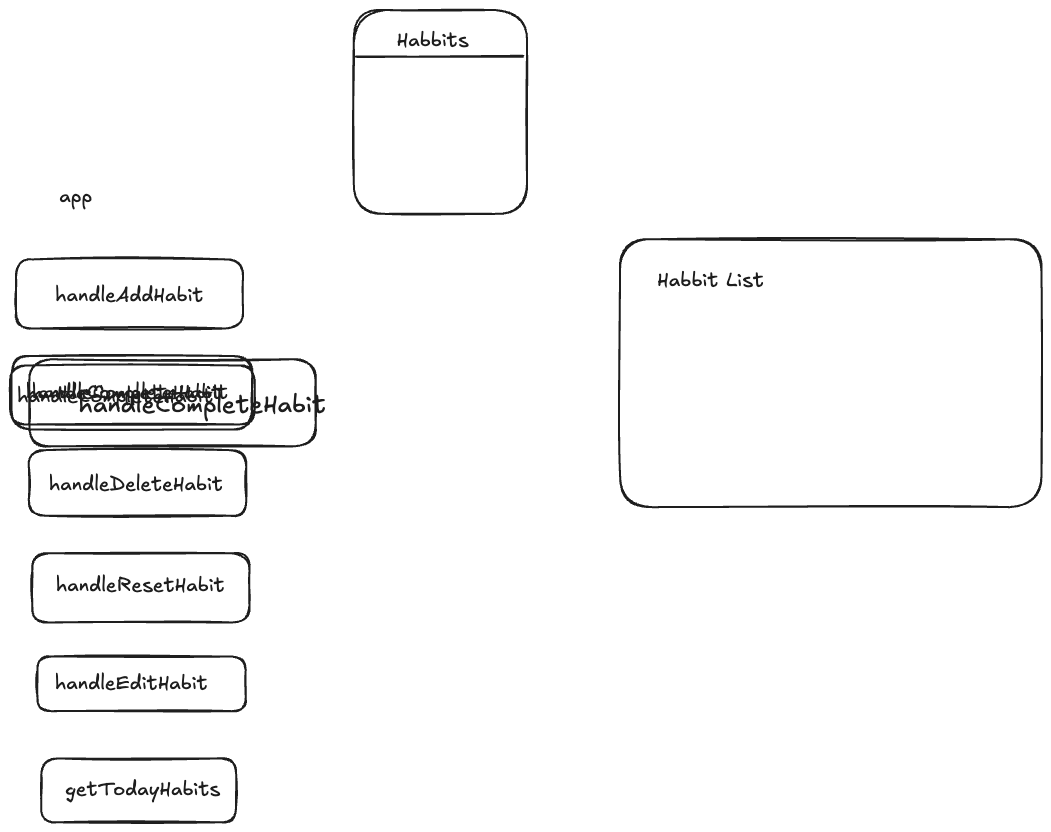
This is plan.excalidraw.png from thedawie/habbitTracker, a Excalidraw export, as it was before one commit. Source tidied: one line per element, renumbered; positions are measured from the earlier drawing's top-left corner, leaving out a move shared by most shapes.
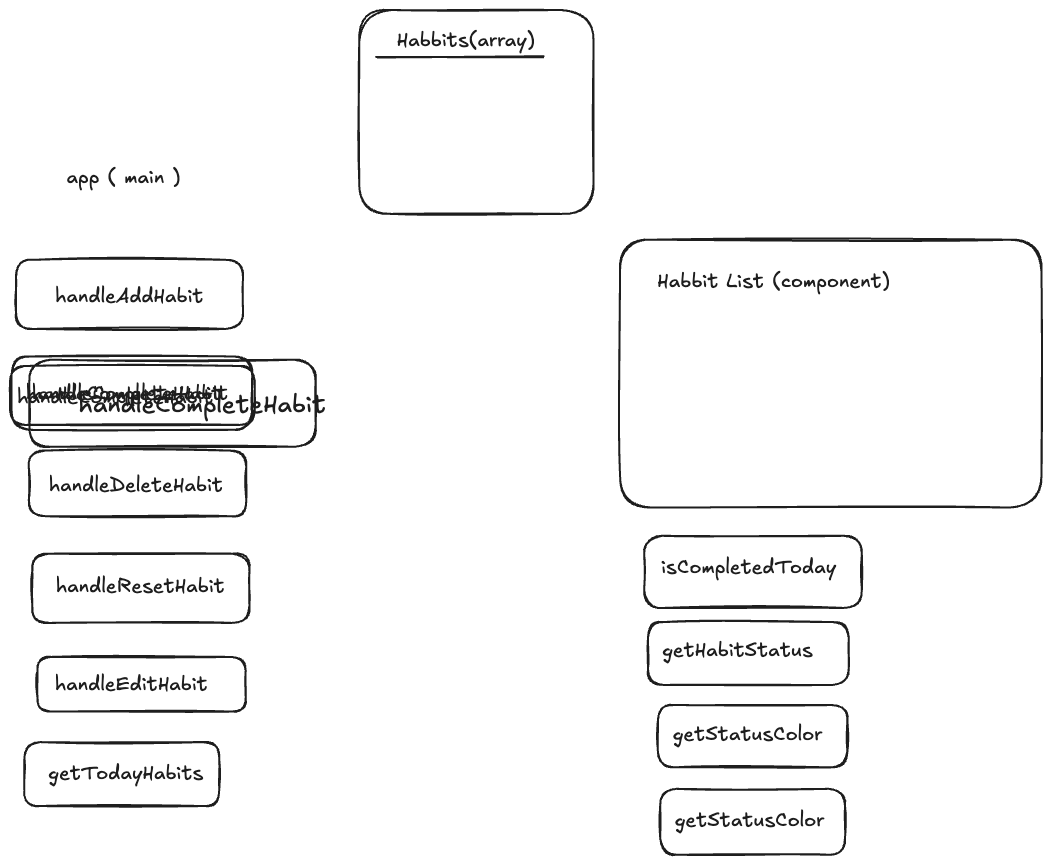
After the change.

Commit message:
update plan diagram

Diff of the diagram source:
```diff
@@ -1,4 +1,4 @@
-{"id": 0, "type": "text", "text": "app", "strokeColor": "#1e1e1e", "strokeWidth": 2, "roughness": 1, "fontSize": 20, "fontFamily": 5, "x": 48, "y": 174, "width": 33, "height": 25}
+{"id": 0, "type": "text", "text": "app ( main )", "strokeColor": "#1e1e1e", "strokeWidth": 2, "roughness": 1, "fontSize": 20, "fontFamily": 5, "x": 55, "y": 155, "width": 114, "height": 25}
 {"id": 1, "type": "rectangle", "strokeColor": "#1e1e1e", "strokeWidth": 2, "roughness": 1, "round": true, "x": 4, "y": 249, "width": 227, "height": 69}
 {"id": 2, "type": "text", "text": "handleAddHabit", "strokeColor": "#1e1e1e", "strokeWidth": 2, "roughness": 1, "fontSize": 20, "fontFamily": 5, "x": 44, "y": 273, "width": 148, "height": 25}
 {"id": 3, "type": "text", "text": "handleCompleteHabit", "strokeColor": "#1e1e1e", "strokeWidth": 2, "roughness": 1, "fontSize": 20, "fontFamily": 5, "x": 14, "y": 371, "width": 196, "height": 25}
@@ -9,10 +9,18 @@
 {"id": 8, "type": "rectangle", "strokeColor": "#1e1e1e", "strokeWidth": 2, "roughness": 1, "round": true, "x": 21, "y": 543, "width": 217, "height": 69}
 {"id": 9, "type": "text", "text": "handleEditHabit", "strokeColor": "#1e1e1e", "strokeWidth": 2, "roughness": 1, "fontSize": 20, "fontFamily": 5, "x": 43, "y": 662, "width": 153, "height": 25}
 {"id": 10, "type": "rectangle", "strokeColor": "#1e1e1e", "strokeWidth": 2, "roughness": 1, "round": true, "x": 26, "y": 646, "width": 208, "height": 55}
-{"id": 11, "type": "text", "text": "getTodayHabits", "strokeColor": "#1e1e1e", "strokeWidth": 2, "roughness": 1, "fontSize": 20, "fontFamily": 5, "x": 53, "y": 768, "width": 155, "height": 25}
+{"id": 11, "type": "text", "text": "getTodayHabits", "strokeColor": "#1e1e1e", "strokeWidth": 2, "roughness": 1, "fontSize": 20, "fontFamily": 5, "x": 36, "y": 751, "width": 155, "height": 25}
-{"id": 12, "type": "rectangle", "strokeColor": "#1e1e1e", "strokeWidth": 2, "roughness": 1, "round": true, "x": 30, "y": 748, "width": 195, "height": 64}
+{"id": 12, "type": "rectangle", "strokeColor": "#1e1e1e", "strokeWidth": 2, "roughness": 1, "round": true, "x": 13, "y": 732, "width": 195, "height": 64}
 {"id": 13, "type": "rectangle", "strokeColor": "#1e1e1e", "strokeWidth": 2, "roughness": 1, "round": true, "x": 608, "y": 229, "width": 421, "height": 268}
-{"id": 14, "type": "text", "text": "Habbit List", "strokeColor": "#1e1e1e", "strokeWidth": 2, "roughness": 1, "fontSize": 20, "fontFamily": 5, "x": 646, "y": 259, "width": 107, "height": 25}
+{"id": 14, "type": "text", "text": "Habbit List (component)", "strokeColor": "#1e1e1e", "strokeWidth": 2, "roughness": 1, "fontSize": 20, "fontFamily": 5, "x": 646, "y": 259, "width": 233, "height": 25}
-{"id": 15, "type": "rectangle", "strokeColor": "#1e1e1e", "strokeWidth": 2, "roughness": 1, "round": true, "x": 342, "y": 0, "width": 173, "height": 204}
+{"id": 15, "type": "rectangle", "strokeColor": "#1e1e1e", "strokeWidth": 2, "roughness": 1, "round": true, "x": 348, "y": 0, "width": 234, "height": 204}
-{"id": 16, "type": "text", "text": "Habbits", "strokeColor": "#1e1e1e", "strokeWidth": 2, "roughness": 1, "fontSize": 20, "fontFamily": 5, "x": 385, "y": 18, "width": 72, "height": 25}
+{"id": 16, "type": "text", "text": "Habbits(array)", "strokeColor": "#1e1e1e", "strokeWidth": 2, "roughness": 1, "fontSize": 20, "fontFamily": 5, "x": 385, "y": 18, "width": 140, "height": 25}
-{"id": 17, "type": "line", "strokeColor": "#1e1e1e", "strokeWidth": 2, "roughness": 1, "round": true, "x": 345, "y": 46, "width": 166, "height": 1, "points": [[0, 0], [166, 1]]}
+{"id": 17, "type": "line", "strokeColor": "#1e1e1e", "strokeWidth": 2, "roughness": 1, "round": true, "x": 365, "y": 46, "width": 166, "height": 1, "points": [[0, 0], [166, 1]]}
+{"id": 18, "type": "text", "text": "isCompletedToday", "strokeColor": "#1e1e1e", "strokeWidth": 2, "roughness": 1, "fontSize": 20, "fontFamily": 5, "x": 650, "y": 544, "width": 175, "height": 25}
+{"id": 19, "type": "rectangle", "strokeColor": "#1e1e1e", "strokeWidth": 2, "roughness": 1, "round": true, "x": 633, "y": 525, "width": 218, "height": 72}
+{"id": 20, "type": "text", "text": "getHabitStatus", "strokeColor": "#1e1e1e", "strokeWidth": 2, "roughness": 1, "fontSize": 20, "fontFamily": 5, "x": 650, "y": 628, "width": 151, "height": 25}
+{"id": 21, "type": "rectangle", "strokeColor": "#1e1e1e", "strokeWidth": 2, "roughness": 1, "round": true, "x": 636, "y": 612, "width": 201, "height": 63}
+{"id": 22, "type": "text", "text": "getStatusColor", "strokeColor": "#1e1e1e", "strokeWidth": 2, "roughness": 1, "fontSize": 20, "fontFamily": 5, "x": 661, "y": 712, "width": 150, "height": 25}
+{"id": 23, "type": "rectangle", "strokeColor": "#1e1e1e", "strokeWidth": 2, "roughness": 1, "round": true, "x": 646, "y": 695, "width": 189, "height": 62}
+{"id": 24, "type": "text", "text": "getStatusColor", "strokeColor": "#1e1e1e", "strokeWidth": 2, "roughness": 1, "fontSize": 20, "fontFamily": 5, "x": 663, "y": 798, "width": 150, "height": 25}
+{"id": 25, "type": "rectangle", "strokeColor": "#1e1e1e", "strokeWidth": 2, "roughness": 1, "round": true, "x": 649, "y": 778, "width": 185, "height": 66}
```
